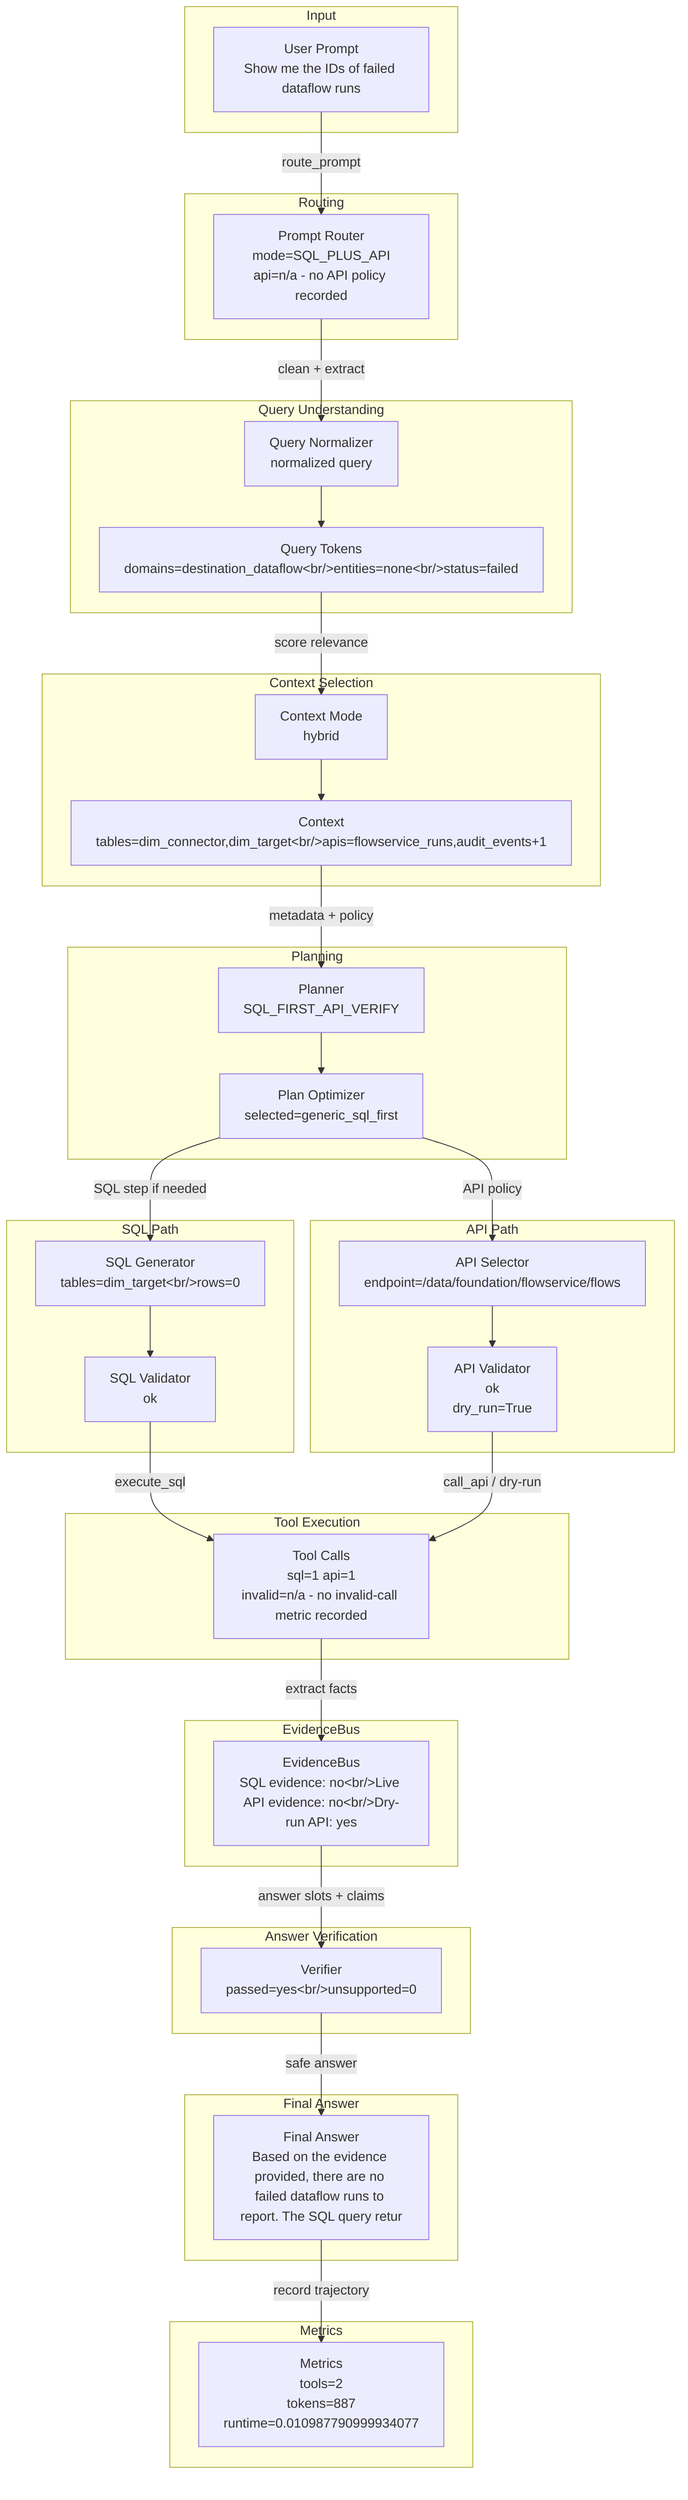
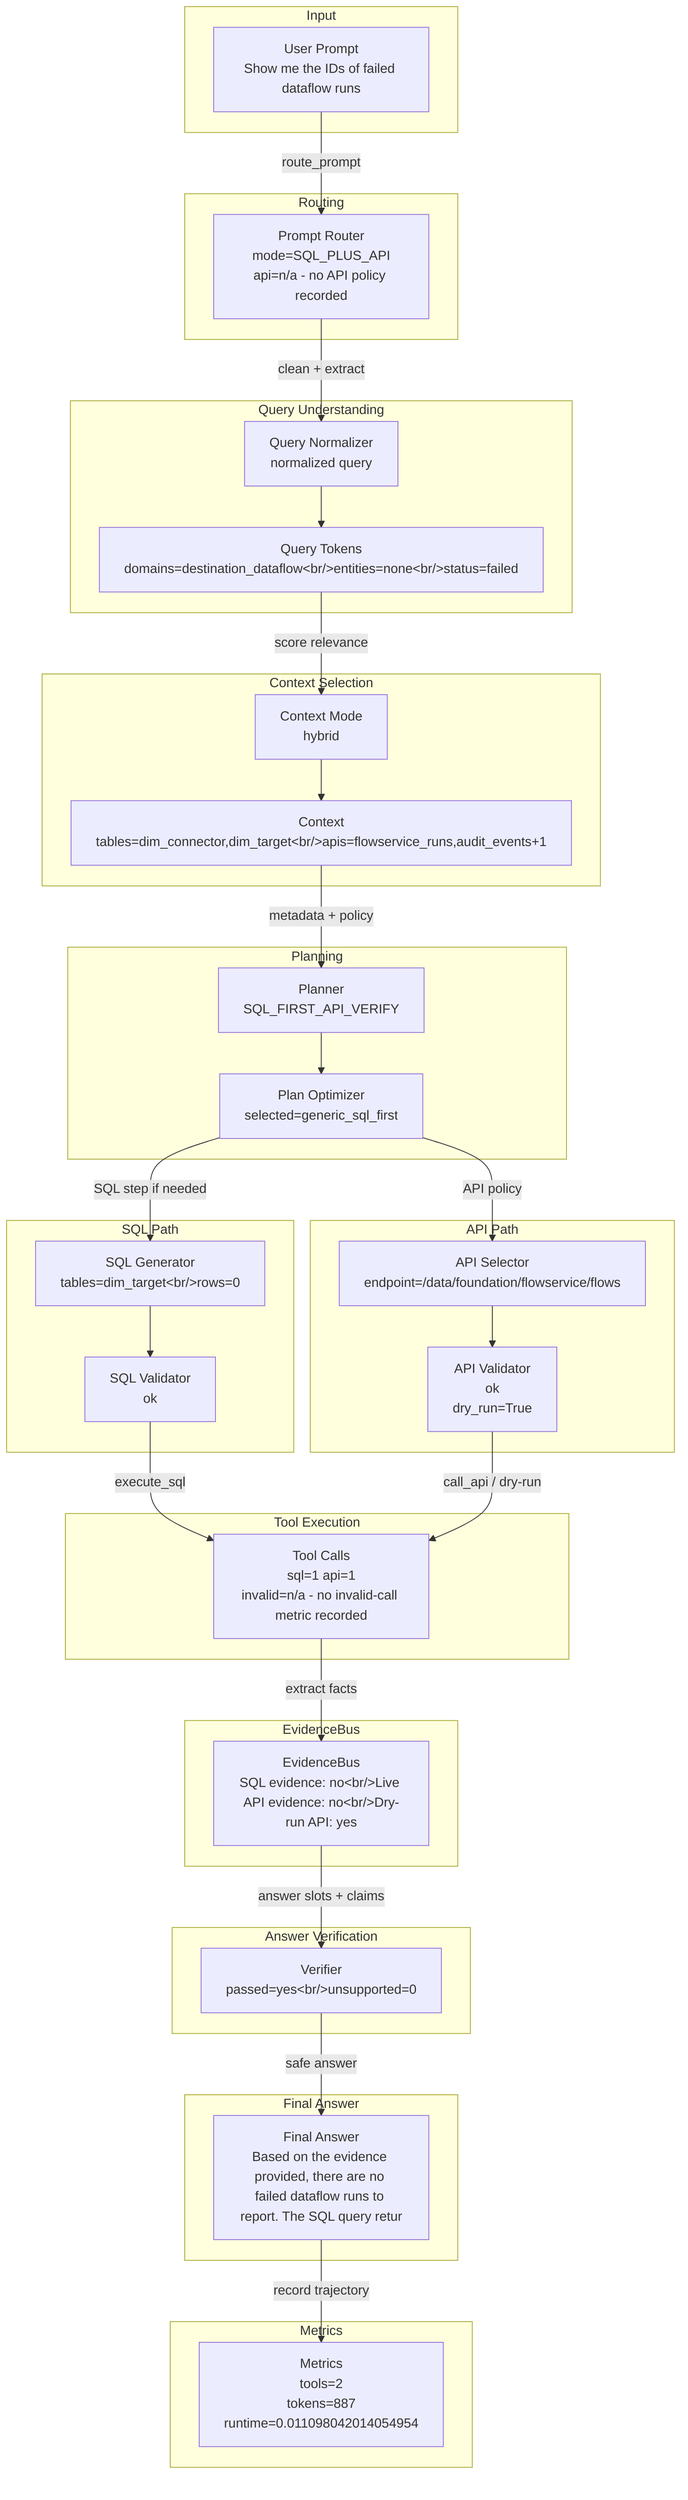
flowchart TD
  subgraph Input
    input_prompt["User Prompt<br/>Show me the IDs of failed dataflow runs"]
  end
  subgraph Routing
    router["Prompt Router<br/>mode=SQL_PLUS_API<br/>api=n/a - no API policy recorded"]
    input_prompt -->|route_prompt| router
  end
  subgraph QueryUnderstanding["Query Understanding"]
    normalizer["Query Normalizer<br/>normalized query"]
    tokens["Query Tokens<br/>domains=destination_dataflow&lt;br/&gt;entities=none&lt;br/&gt;status=failed"]
    router -->|clean + extract| normalizer --> tokens
  end
  subgraph ContextSelection["Context Selection"]
    context["Context Mode<br/>hybrid"]
    candidates["Context<br/>tables=dim_connector,dim_target&lt;br/&gt;apis=flowservice_runs,audit_events+1"]
    tokens -->|score relevance| context --> candidates
  end
  subgraph Planning
    planner["Planner<br/>SQL_FIRST_API_VERIFY"]
    optimizer["Plan Optimizer<br/>selected=generic_sql_first"]
    candidates -->|metadata + policy| planner --> optimizer
  end
  subgraph SQLPath["SQL Path"]
    sqlgen["SQL Generator<br/>tables=dim_target&lt;br/&gt;rows=0"]
    sqlval["SQL Validator<br/>ok"]
    optimizer -->|SQL step if needed| sqlgen --> sqlval
  end
  subgraph APIPath["API Path"]
    apisel["API Selector<br/>endpoint=/data/foundation/flowservice/flows"]
    apival["API Validator<br/>ok<br/>dry_run=True"]
    optimizer -->|API policy| apisel --> apival
  end
  subgraph ToolExecution["Tool Execution"]
    tools["Tool Calls<br/>sql=1 api=1<br/>invalid=n/a - no invalid-call metric recorded"]
    sqlval -->|execute_sql| tools
    apival -->|call_api / dry-run| tools
  end
  subgraph EvidenceBus
    evidence["EvidenceBus<br/>SQL evidence: no&lt;br/&gt;Live API evidence: no&lt;br/&gt;Dry-run API: yes"]
    tools -->|extract facts| evidence
  end
  subgraph AnswerVerification["Answer Verification"]
    verifier["Verifier<br/>passed=yes&lt;br/&gt;unsupported=0"]
    evidence -->|answer slots + claims| verifier
  end
  subgraph FinalAnswer["Final Answer"]
    answer["Final Answer<br/>Based on the evidence provided, there are no failed dataflow runs to report. The SQL query retur"]
    verifier -->|safe answer| answer
  end
  subgraph Metrics
-     metrics["Metrics<br/>tools=2<br/>tokens=887<br/>runtime=0.010987790999934077"]
+     metrics["Metrics<br/>tools=2<br/>tokens=887<br/>runtime=0.011098042014054954"]
    answer -->|record trajectory| metrics
  end
